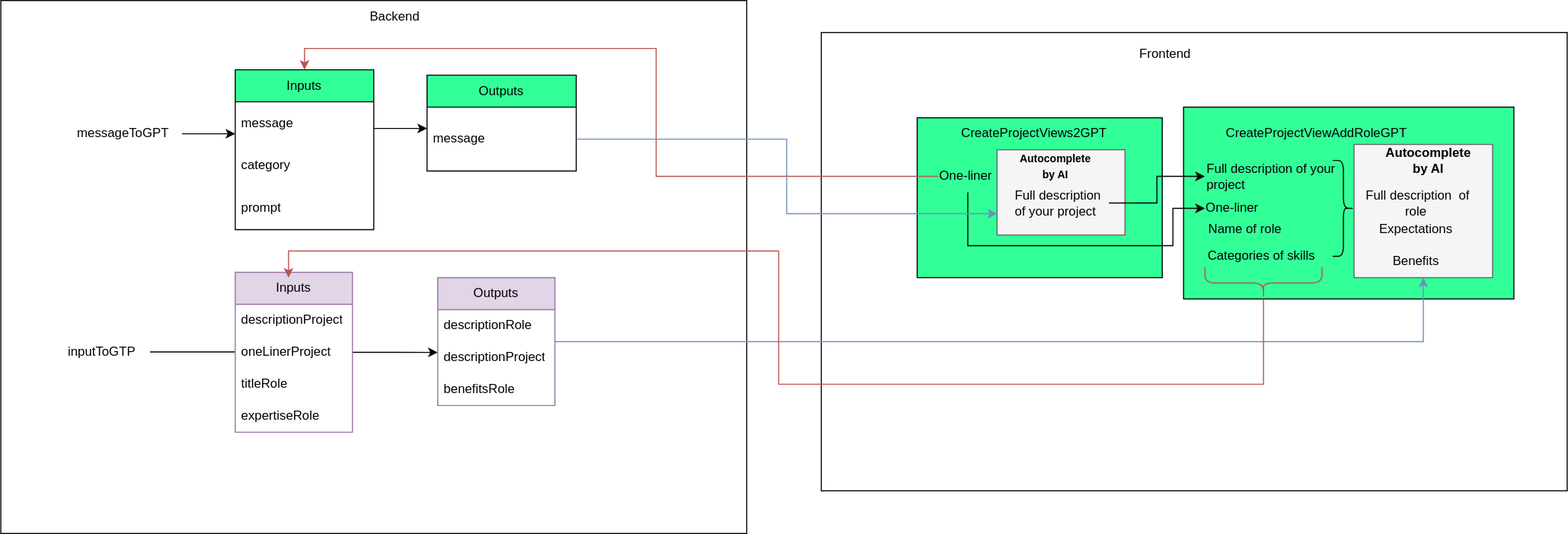
Before: GPT.drawio.svg, a diagram exported from draw.io (sbelka-1703/eden-app-2-FrontEnd). Source tidied: cells renumbered, new cells last; positions are measured from the earlier drawing's top-left corner, leaving out a move shared by most shapes.
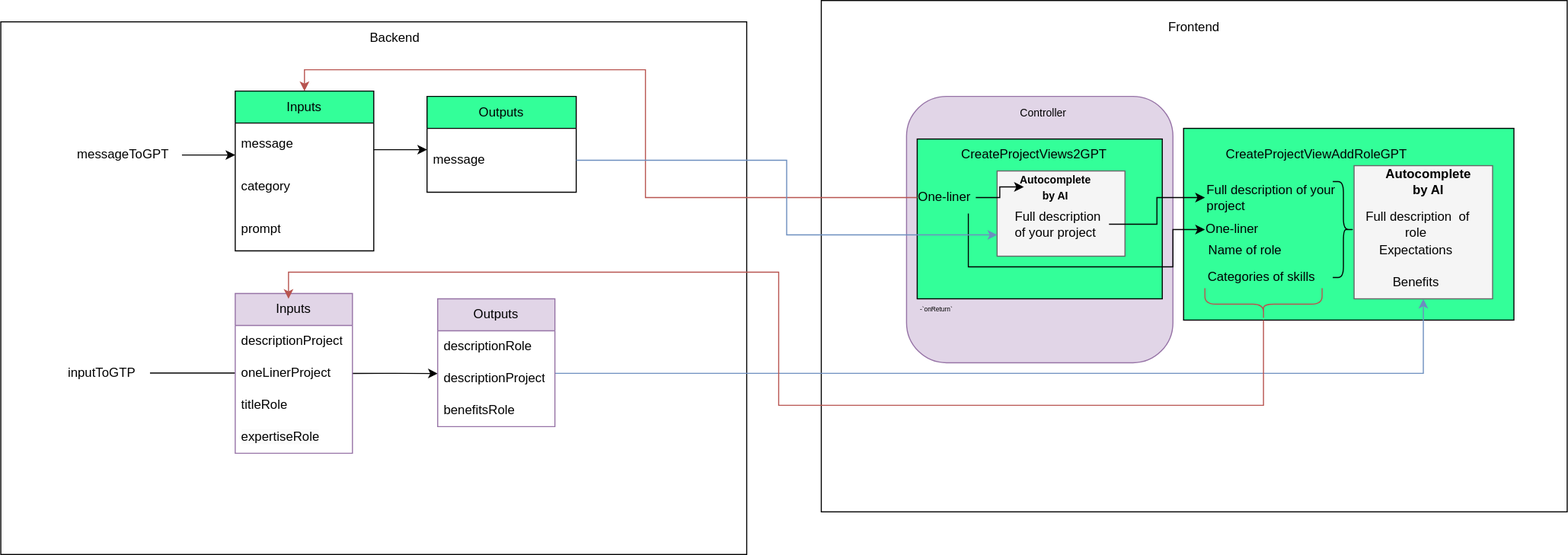
Above is the later version.

Change to the diagram source:
```diff
@@ -3,8 +3,11 @@
     <mxCell id="0" />
     <mxCell id="1" parent="0" />
     <mxCell id="2" style="rounded=0;whiteSpace=wrap;html=1;fontSize=12;" parent="1" vertex="1">
-      <mxGeometry x="770" y="30" width="700" height="430" as="geometry" />
+      <mxGeometry x="770" y="-20" width="700" height="480" as="geometry" />
     </mxCell>
+    <mxCell id="52" style="rounded=1;whiteSpace=wrap;html=1;fontSize=10;fillColor=#e1d5e7;strokeColor=#9673a6;" parent="1" vertex="1">
+      <mxGeometry x="850" y="70" width="250" height="250" as="geometry" />
+    </mxCell>
     <mxCell id="3" style="rounded=0;whiteSpace=wrap;html=1;fontSize=12;color=blue;fillColor=#33FF99;" parent="1" vertex="1">
       <mxGeometry x="860" y="110" width="230" height="150" as="geometry" />
     </mxCell>
@@ -50,7 +53,11 @@
       <mxGeometry y="120" width="110" height="30" as="geometry" />
     </mxCell>
     <mxCell id="16" style="edgeStyle=orthogonalEdgeStyle;rounded=0;jettySize=auto;html=1;entryX=0.5;entryY=1;entryDx=0;entryDy=0;fontSize=12;fillColor=#dae8fc;strokeColor=#6c8ebf;" parent="1" edge="1" source="17" target="6">
-      <mxGeometry relative="1" as="geometry" />
+      <mxGeometry relative="1" as="geometry">
+        <Array as="points">
+          <mxPoint x="1335" y="330" />
+        </Array>
+      </mxGeometry>
     </mxCell>
     <mxCell id="17" value="Outputs" style="swimlane;fontStyle=0;horizontal=1;startSize=30;whiteSpace=wrap;html=1;fontSize=12;fillColor=#e1d5e7;strokeColor=#9673a6;" parent="1" vertex="1">
       <mxGeometry x="410" y="260" width="110" height="120" as="geometry" />
@@ -71,7 +78,7 @@
       <mxGeometry x="340" width="60" height="30" as="geometry" />
     </mxCell>
     <mxCell id="23" value="Frontend" style="text;html=1;strokeColor=none;fillColor=none;align=center;verticalAlign=middle;whiteSpace=wrap;rounded=0;fontSize=12;" parent="1" vertex="1">
-      <mxGeometry x="1062.5" y="35" width="60" height="30" as="geometry" />
+      <mxGeometry x="1090" y="-10" width="60" height="30" as="geometry" />
     </mxCell>
     <mxCell id="24" value="CreateProjectViewAddRoleGPT" style="text;html=1;strokeColor=none;fillColor=none;align=center;verticalAlign=middle;whiteSpace=wrap;rounded=0;fontSize=12;" parent="1" vertex="1">
       <mxGeometry x="1140" y="110" width="190" height="30" as="geometry" />
@@ -88,8 +95,11 @@
     <mxCell id="26" style="edgeStyle=orthogonalEdgeStyle;rounded=0;jettySize=auto;html=1;entryX=0.5;entryY=0;entryDx=0;entryDy=0;fontSize=10;fillColor=#f8cecc;strokeColor=#b85450;" parent="1" edge="1" source="27" target="32">
       <mxGeometry relative="1" as="geometry" />
     </mxCell>
+    <mxCell id="53" style="edgeStyle=orthogonalEdgeStyle;rounded=0;jettySize=auto;html=1;fontSize=10;" parent="1" edge="1" source="27" target="51">
+      <mxGeometry relative="1" as="geometry" />
+    </mxCell>
     <mxCell id="27" value="One-liner&amp;nbsp;" style="text;html=1;strokeColor=none;fillColor=none;align=center;verticalAlign=middle;whiteSpace=wrap;rounded=0;fontSize=12;" parent="1" vertex="1">
-      <mxGeometry x="880" y="150" width="55" height="30" as="geometry" />
+      <mxGeometry x="860" y="150" width="55" height="30" as="geometry" />
     </mxCell>
     <mxCell id="28" style="edgeStyle=orthogonalEdgeStyle;rounded=0;jettySize=auto;html=1;fontSize=12;" parent="1" edge="1" source="29" target="46">
       <mxGeometry relative="1" as="geometry" />
@@ -179,5 +189,11 @@
     <mxCell id="51" value="&lt;b style=&quot;font-size: 10px;&quot;&gt;Autocomplete by AI&lt;/b&gt;" style="text;html=1;strokeColor=none;fillColor=none;align=center;verticalAlign=middle;whiteSpace=wrap;rounded=0;fontSize=12;" parent="1" vertex="1">
       <mxGeometry x="960" y="140" width="60" height="30" as="geometry" />
     </mxCell>
+    <mxCell id="54" value="Controller&amp;nbsp;" style="text;html=1;strokeColor=none;fillColor=none;align=center;verticalAlign=middle;whiteSpace=wrap;rounded=0;fontSize=10;" parent="1" vertex="1">
+      <mxGeometry x="950" y="70" width="60" height="30" as="geometry" />
+    </mxCell>
+    <mxCell id="55" value="-`onReturn`&amp;nbsp;&amp;nbsp;" style="text;html=1;strokeColor=none;fillColor=none;align=center;verticalAlign=middle;whiteSpace=wrap;rounded=0;fontSize=6;" parent="1" vertex="1">
+      <mxGeometry x="845" y="255" width="70" height="30" as="geometry" />
+    </mxCell>
   </root>
 </mxGraphModel>
```
